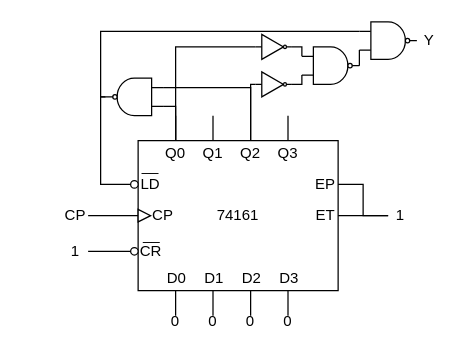
This is 4.2.drawio from KAI-SHUNG/shudian-shiyan-b-2025-2026, a draw.io file, before an edit. Source tidied: cells renumbered, new cells numbered last; positions are measured from the earlier drawing's top-left corner, leaving out a move shared by most shapes. Both pictures are drawn from the tidied source at 125%, with x=0, y=0 at pixel (62, 21).
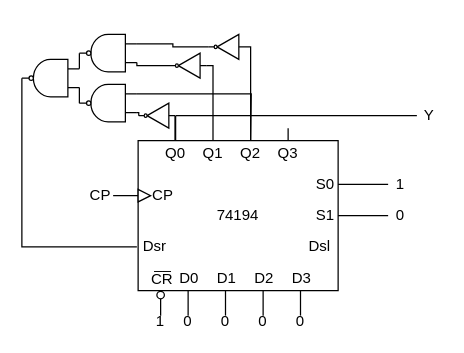
Above is the later version.

Unchanged cells that the change refers to:
```xml
<mxCell id="4" value="Q0" style="text;html=1;whiteSpace=wrap;strokeColor=none;fillColor=none;align=center;verticalAlign=middle;rounded=0;" parent="1" vertex="1">
  <mxGeometry x="80" y="95" width="20" height="20" as="geometry" />
</mxCell>
```

The edit, as a diff of the source:
```diff
@@
-    <mxCell id="2" value="74161" style="rounded=0;whiteSpace=wrap;html=1;" parent="1" vertex="1">
+    <mxCell id="2" value="74194" style="rounded=0;whiteSpace=wrap;html=1;" parent="1" vertex="1">
       <mxGeometry x="60" y="95" width="160" height="120" as="geometry" />
     </mxCell>
@@
     <mxCell id="8" value="D0" style="text;html=1;whiteSpace=wrap;strokeColor=none;fillColor=none;align=center;verticalAlign=middle;rounded=0;" parent="1" vertex="1">
-      <mxGeometry x="81" y="195" width="20" height="20" as="geometry" />
+      <mxGeometry x="91" y="195" width="20" height="20" as="geometry" />
     </mxCell>
     <mxCell id="9" value="D1" style="text;html=1;whiteSpace=wrap;strokeColor=none;fillColor=none;align=center;verticalAlign=middle;rounded=0;" parent="1" vertex="1">
-      <mxGeometry x="111" y="195" width="20" height="20" as="geometry" />
+      <mxGeometry x="121" y="195" width="20" height="20" as="geometry" />
     </mxCell>
     <mxCell id="10" value="D2" style="text;html=1;whiteSpace=wrap;strokeColor=none;fillColor=none;align=center;verticalAlign=middle;rounded=0;" parent="1" vertex="1">
-      <mxGeometry x="141" y="195" width="20" height="20" as="geometry" />
+      <mxGeometry x="151" y="195" width="20" height="20" as="geometry" />
     </mxCell>
     <mxCell id="11" value="D3" style="text;html=1;whiteSpace=wrap;strokeColor=none;fillColor=none;align=center;verticalAlign=middle;rounded=0;" parent="1" vertex="1">
-      <mxGeometry x="171" y="195" width="20" height="20" as="geometry" />
+      <mxGeometry x="181" y="195" width="20" height="20" as="geometry" />
     </mxCell>
-    <mxCell id="12" value="LD" style="text;html=1;whiteSpace=wrap;strokeColor=none;fillColor=none;align=center;verticalAlign=middle;rounded=0;" parent="1" vertex="1">
-      <mxGeometry x="60" y="125" width="20" height="10" as="geometry" />
+    <mxCell id="12" value="Dsr" style="text;html=1;whiteSpace=wrap;strokeColor=none;fillColor=none;align=center;verticalAlign=middle;rounded=0;" parent="1" vertex="1">
+      <mxGeometry x="59" y="175" width="29" height="10" as="geometry" />
     </mxCell>
     <mxCell id="13" value="__" style="text;html=1;whiteSpace=wrap;strokeColor=none;fillColor=none;align=center;verticalAlign=middle;rounded=0;" parent="1" vertex="1">
-      <mxGeometry x="60.5" y="166" width="20" height="10" as="geometry" />
+      <mxGeometry x="69.5" y="188.5" width="20" height="10" as="geometry" />
     </mxCell>
@@
     <mxCell id="15" style="triangle;whiteSpace=wrap;html=1;" parent="1" vertex="1">
-      <mxGeometry x="60" y="150" width="10" height="10" as="geometry" />
+      <mxGeometry x="60" y="134" width="10" height="10" as="geometry" />
     </mxCell>
     <mxCell id="16" value="CP" style="text;html=1;whiteSpace=wrap;strokeColor=none;fillColor=none;align=center;verticalAlign=middle;rounded=0;" parent="1" vertex="1">
-      <mxGeometry x="70" y="150" width="20" height="10" as="geometry" />
+      <mxGeometry x="70" y="134" width="20" height="10" as="geometry" />
     </mxCell>
     <mxCell id="17" value="CR" style="text;html=1;whiteSpace=wrap;strokeColor=none;fillColor=none;align=center;verticalAlign=middle;rounded=0;" parent="1" vertex="1">
-      <mxGeometry x="60" y="176" width="21" height="15" as="geometry" />
+      <mxGeometry x="69" y="198.5" width="21" height="15" as="geometry" />
     </mxCell>
-    <mxCell id="18" value="__" style="text;html=1;whiteSpace=wrap;strokeColor=none;fillColor=none;align=center;verticalAlign=middle;rounded=0;" parent="1" vertex="1">
-      <mxGeometry x="60" y="111" width="20" height="10" as="geometry" />
-    </mxCell>
     <mxCell id="19" style="ellipse;whiteSpace=wrap;html=1;" parent="1" vertex="1">
-      <mxGeometry x="54" y="180.5" width="6" height="6" as="geometry" />
+      <mxGeometry x="75" y="215.5" width="6" height="6" as="geometry" />
     </mxCell>
-    <mxCell id="20" style="ellipse;whiteSpace=wrap;html=1;" parent="1" vertex="1">
-      <mxGeometry x="54" y="127" width="6" height="6" as="geometry" />
-    </mxCell>
-    <mxCell id="21" value="EP" style="text;html=1;whiteSpace=wrap;strokeColor=none;fillColor=none;align=center;verticalAlign=middle;rounded=0;" parent="1" vertex="1">
+    <mxCell id="21" value="S0" style="text;html=1;whiteSpace=wrap;strokeColor=none;fillColor=none;align=center;verticalAlign=middle;rounded=0;" parent="1" vertex="1">
       <mxGeometry x="200" y="125" width="20" height="10" as="geometry" />
     </mxCell>
-    <mxCell id="22" value="ET" style="text;html=1;whiteSpace=wrap;strokeColor=none;fillColor=none;align=center;verticalAlign=middle;rounded=0;" parent="1" vertex="1">
+    <mxCell id="22" value="S1" style="text;html=1;whiteSpace=wrap;strokeColor=none;fillColor=none;align=center;verticalAlign=middle;rounded=0;" parent="1" vertex="1">
       <mxGeometry x="200" y="150" width="20" height="10" as="geometry" />
     </mxCell>
-    <mxCell id="23" style="edgeStyle=orthogonalEdgeStyle;rounded=0;jettySize=auto;html=1;exitX=0.5;exitY=0;exitDx=0;exitDy=0;endArrow=none;endFill=0;entryX=0;entryY=0.25;entryDx=0;entryDy=0;entryPerimeter=0;" parent="1" edge="1" source="4" target="33">
+    <mxCell id="23" style="edgeStyle=orthogonalEdgeStyle;rounded=0;jettySize=auto;html=1;exitX=0.5;exitY=0;exitDx=0;exitDy=0;endArrow=none;endFill=0;entryX=0;entryY=0.5;entryDx=0;entryDy=0;entryPerimeter=0;" parent="1" edge="1" source="4" target="59">
       <mxGeometry relative="1" as="geometry">
         <Array as="points">
-          <mxPoint x="90" y="68" />
+          <mxPoint x="90" y="75" />
         </Array>
       </mxGeometry>
     </mxCell>
-    <mxCell id="24" style="edgeStyle=orthogonalEdgeStyle;rounded=0;orthogonalLoop=1;jettySize=auto;html=1;exitX=0.5;exitY=0;exitDx=0;exitDy=0;endArrow=none;endFill=0;" parent="1" edge="1">
+    <mxCell id="24" style="edgeStyle=orthogonalEdgeStyle;rounded=0;jettySize=auto;html=1;exitX=0.5;exitY=0;exitDx=0;exitDy=0;endArrow=none;endFill=0;entryX=0;entryY=0.5;entryDx=0;entryDy=0;entryPerimeter=0;" parent="1" edge="1" target="60">
       <mxGeometry relative="1" as="geometry">
         <mxPoint x="119.9" y="95" as="sourcePoint" />
-        <mxPoint x="119.9" y="75" as="targetPoint" />
         <Array as="points">
-          <mxPoint x="119.9" y="85" />
-          <mxPoint x="119.9" y="85" />
+          <mxPoint x="120" y="35" />
         </Array>
       </mxGeometry>
     </mxCell>
     <mxCell id="25" style="edgeStyle=orthogonalEdgeStyle;rounded=0;orthogonalLoop=1;jettySize=auto;html=1;exitX=0.5;exitY=0;exitDx=0;exitDy=0;endArrow=none;endFill=0;" parent="1" edge="1">
       <mxGeometry relative="1" as="geometry">
         <mxPoint x="179.9" y="95" as="sourcePoint" />
-        <mxPoint x="179.9" y="75" as="targetPoint" />
+        <mxPoint x="180" y="85" as="targetPoint" />
         <Array as="points">
           <mxPoint x="179.9" y="85" />
           <mxPoint x="179.9" y="85" />
         </Array>
       </mxGeometry>
     </mxCell>
-    <mxCell id="26" style="edgeStyle=orthogonalEdgeStyle;rounded=0;jettySize=auto;html=1;exitX=0.5;exitY=0;exitDx=0;exitDy=0;endArrow=none;endFill=0;entryX=0;entryY=0.75;entryDx=0;entryDy=0;entryPerimeter=0;" parent="1" edge="1" target="33">
-      <mxGeometry relative="1" as="geometry">
-        <mxPoint x="150" y="95" as="sourcePoint" />
-        <Array as="points">
-          <mxPoint x="150" y="52" />
-        </Array>
-      </mxGeometry>
-    </mxCell>
     <mxCell id="27" style="edgeStyle=orthogonalEdgeStyle;rounded=0;orthogonalLoop=1;jettySize=auto;html=1;exitX=0.5;exitY=0;exitDx=0;exitDy=0;endArrow=none;endFill=0;" parent="1" edge="1">
       <mxGeometry relative="1" as="geometry">
-        <mxPoint x="90" y="235" as="sourcePoint" />
-        <mxPoint x="90" y="215" as="targetPoint" />
+        <mxPoint x="100" y="235" as="sourcePoint" />
+        <mxPoint x="100" y="215" as="targetPoint" />
         <Array as="points">
-          <mxPoint x="90" y="225" />
-          <mxPoint x="90" y="225" />
+          <mxPoint x="100" y="225" />
+          <mxPoint x="100" y="225" />
         </Array>
       </mxGeometry>
     </mxCell>
     <mxCell id="28" style="edgeStyle=orthogonalEdgeStyle;rounded=0;orthogonalLoop=1;jettySize=auto;html=1;exitX=0.5;exitY=0;exitDx=0;exitDy=0;endArrow=none;endFill=0;" parent="1" edge="1">
       <mxGeometry relative="1" as="geometry">
-        <mxPoint x="119.9" y="235" as="sourcePoint" />
-        <mxPoint x="119.9" y="215" as="targetPoint" />
+        <mxPoint x="129.9" y="235" as="sourcePoint" />
+        <mxPoint x="129.9" y="215" as="targetPoint" />
         <Array as="points">
-          <mxPoint x="119.9" y="225" />
-          <mxPoint x="119.9" y="225" />
+          <mxPoint x="129.9" y="225" />
+          <mxPoint x="129.9" y="225" />
         </Array>
       </mxGeometry>
     </mxCell>
     <mxCell id="29" style="edgeStyle=orthogonalEdgeStyle;rounded=0;orthogonalLoop=1;jettySize=auto;html=1;exitX=0.5;exitY=0;exitDx=0;exitDy=0;endArrow=none;endFill=0;" parent="1" edge="1">
       <mxGeometry relative="1" as="geometry">
-        <mxPoint x="179.9" y="235" as="sourcePoint" />
-        <mxPoint x="179.9" y="215" as="targetPoint" />
+        <mxPoint x="189.9" y="235" as="sourcePoint" />
+        <mxPoint x="189.9" y="215" as="targetPoint" />
         <Array as="points">
-          <mxPoint x="179.9" y="225" />
-          <mxPoint x="179.9" y="225" />
+          <mxPoint x="189.9" y="225" />
+          <mxPoint x="189.9" y="225" />
         </Array>
       </mxGeometry>
     </mxCell>
     <mxCell id="30" style="edgeStyle=orthogonalEdgeStyle;rounded=0;orthogonalLoop=1;jettySize=auto;html=1;exitX=0.5;exitY=0;exitDx=0;exitDy=0;endArrow=none;endFill=0;" parent="1" edge="1">
       <mxGeometry relative="1" as="geometry">
-        <mxPoint x="150" y="235" as="sourcePoint" />
-        <mxPoint x="150" y="215" as="targetPoint" />
+        <mxPoint x="160" y="235" as="sourcePoint" />
+        <mxPoint x="160" y="215" as="targetPoint" />
         <Array as="points">
-          <mxPoint x="150" y="225" />
-          <mxPoint x="150" y="225" />
+          <mxPoint x="160" y="225" />
+          <mxPoint x="160" y="225" />
         </Array>
       </mxGeometry>
     </mxCell>
-    <mxCell id="31" style="edgeStyle=orthogonalEdgeStyle;rounded=0;jettySize=auto;html=1;exitX=1;exitY=0.5;exitDx=0;exitDy=0;exitPerimeter=0;entryX=0;entryY=0.5;entryDx=0;entryDy=0;endArrow=none;endFill=0;" parent="1" edge="1" source="33" target="20">
-      <mxGeometry relative="1" as="geometry">
-        <Array as="points">
-          <mxPoint x="30" y="60" />
-          <mxPoint x="30" y="130" />
-        </Array>
-      </mxGeometry>
-    </mxCell>
-    <mxCell id="32" style="edgeStyle=orthogonalEdgeStyle;rounded=0;jettySize=auto;html=1;exitX=1;exitY=0.5;exitDx=0;exitDy=0;exitPerimeter=0;endArrow=none;endFill=0;entryX=0;entryY=0.25;entryDx=0;entryDy=0;entryPerimeter=0;" parent="1" edge="1" source="33" target="51">
-      <mxGeometry relative="1" as="geometry">
-        <Array as="points">
-          <mxPoint x="30" y="60" />
-          <mxPoint x="30" y="8" />
-        </Array>
-      </mxGeometry>
-    </mxCell>
-    <mxCell id="33" style="verticalLabelPosition=bottom;shadow=0;dashed=0;align=center;html=1;verticalAlign=top;shape=mxgraph.electrical.logic_gates.logic_gate;operation=and;negating=1;negSize=0.15;rotation=-180;" parent="1" vertex="1">
-      <mxGeometry x="34" y="45" width="46" height="30" as="geometry" />
-    </mxCell>
     <mxCell id="34" value="CP" style="text;html=1;whiteSpace=wrap;strokeColor=none;fillColor=none;align=center;verticalAlign=middle;rounded=0;" parent="1" vertex="1">
-      <mxGeometry y="150" width="20" height="10" as="geometry" />
+      <mxGeometry x="20" y="134" width="20" height="10" as="geometry" />
     </mxCell>
     <mxCell id="35" value="1" style="text;html=1;whiteSpace=wrap;strokeColor=none;fillColor=none;align=center;verticalAlign=middle;rounded=0;" parent="1" vertex="1">
-      <mxGeometry y="178.5" width="20" height="10" as="geometry" />
+      <mxGeometry x="68" y="235" width="20" height="10" as="geometry" />
     </mxCell>
-    <mxCell id="36" style="edgeStyle=orthogonalEdgeStyle;rounded=0;jettySize=auto;html=1;exitX=0;exitY=0.5;exitDx=0;exitDy=0;endArrow=none;endFill=0;entryX=1;entryY=0.5;entryDx=0;entryDy=0;" parent="1" edge="1" source="19" target="35">
+    <mxCell id="36" style="edgeStyle=orthogonalEdgeStyle;rounded=0;jettySize=auto;html=1;endArrow=none;endFill=0;entryX=0.5;entryY=0;entryDx=0;entryDy=0;exitX=0.5;exitY=1;exitDx=0;exitDy=0;" parent="1" edge="1" source="19" target="35">
       <mxGeometry relative="1" as="geometry" />
     </mxCell>
     <mxCell id="37" value="0" style="text;html=1;whiteSpace=wrap;strokeColor=none;fillColor=none;align=center;verticalAlign=middle;rounded=0;" parent="1" vertex="1">
-      <mxGeometry x="80" y="235" width="20" height="10" as="geometry" />
+      <mxGeometry x="90" y="235" width="20" height="10" as="geometry" />
     </mxCell>
     <mxCell id="38" value="0" style="text;html=1;whiteSpace=wrap;strokeColor=none;fillColor=none;align=center;verticalAlign=middle;rounded=0;" parent="1" vertex="1">
-      <mxGeometry x="110" y="235" width="20" height="10" as="geometry" />
+      <mxGeometry x="120" y="235" width="20" height="10" as="geometry" />
     </mxCell>
     <mxCell id="39" value="0" style="text;html=1;whiteSpace=wrap;strokeColor=none;fillColor=none;align=center;verticalAlign=middle;rounded=0;" parent="1" vertex="1">
-      <mxGeometry x="170" y="235" width="20" height="10" as="geometry" />
+      <mxGeometry x="180" y="235" width="20" height="10" as="geometry" />
     </mxCell>
     <mxCell id="40" value="0" style="text;html=1;whiteSpace=wrap;strokeColor=none;fillColor=none;align=center;verticalAlign=middle;rounded=0;" parent="1" vertex="1">
-      <mxGeometry x="140" y="235" width="20" height="10" as="geometry" />
+      <mxGeometry x="150" y="235" width="20" height="10" as="geometry" />
     </mxCell>
-    <mxCell id="41" style="edgeStyle=orthogonalEdgeStyle;rounded=0;jettySize=auto;html=1;endArrow=none;endFill=0;entryX=1;entryY=0.5;entryDx=0;entryDy=0;exitX=0;exitY=0.5;exitDx=0;exitDy=0;" parent="1" edge="1" source="42" target="21">
+    <mxCell id="41" style="edgeStyle=orthogonalEdgeStyle;rounded=0;jettySize=auto;html=1;endArrow=none;endFill=0;entryX=1;entryY=0.5;entryDx=0;entryDy=0;exitX=0;exitY=0.5;exitDx=0;exitDy=0;" parent="1" edge="1" source="56" target="21">
       <mxGeometry relative="1" as="geometry" />
     </mxCell>
-    <mxCell id="42" value="1" style="text;html=1;whiteSpace=wrap;strokeColor=none;fillColor=none;align=center;verticalAlign=middle;rounded=0;" parent="1" vertex="1">
+    <mxCell id="42" value="0" style="text;html=1;whiteSpace=wrap;strokeColor=none;fillColor=none;align=center;verticalAlign=middle;rounded=0;" parent="1" vertex="1">
       <mxGeometry x="260" y="150" width="20" height="10" as="geometry" />
     </mxCell>
@@
-    <mxCell id="44" style="edgeStyle=orthogonalEdgeStyle;rounded=0;jettySize=auto;html=1;exitX=0;exitY=0.5;exitDx=0;exitDy=0;exitPerimeter=0;endArrow=none;endFill=0;" parent="1" edge="1" source="45">
-      <mxGeometry relative="1" as="geometry">
-        <mxPoint x="90" y="95" as="targetPoint" />
-        <Array as="points">
-          <mxPoint x="90" y="20" />
-        </Array>
-      </mxGeometry>
-    </mxCell>
-    <mxCell id="45" style="verticalLabelPosition=bottom;shadow=0;dashed=0;align=center;html=1;verticalAlign=top;shape=mxgraph.electrical.logic_gates.inverter_2;" parent="1" vertex="1">
-      <mxGeometry x="154" y="10" width="29" height="20" as="geometry" />
-    </mxCell>
-    <mxCell id="46" style="verticalLabelPosition=bottom;shadow=0;dashed=0;align=center;html=1;verticalAlign=top;shape=mxgraph.electrical.logic_gates.inverter_2;" parent="1" vertex="1">
-      <mxGeometry x="154" y="40" width="29" height="20" as="geometry" />
-    </mxCell>
-    <mxCell id="47" style="edgeStyle=orthogonalEdgeStyle;rounded=0;jettySize=auto;html=1;exitX=0;exitY=0.5;exitDx=0;exitDy=0;exitPerimeter=0;endArrow=none;endFill=0;" parent="1" edge="1" source="46">
+    <mxCell id="47" style="edgeStyle=orthogonalEdgeStyle;rounded=0;jettySize=auto;html=1;exitX=0;exitY=0.5;exitDx=0;exitDy=0;exitPerimeter=0;endArrow=none;endFill=0;" parent="1" edge="1" source="58">
       <mxGeometry relative="1" as="geometry">
         <mxPoint x="150" y="95" as="targetPoint" />
         <Array as="points">
-          <mxPoint x="150" y="50" />
+          <mxPoint x="150" y="20" />
         </Array>
       </mxGeometry>
     </mxCell>
-    <mxCell id="48" style="verticalLabelPosition=bottom;shadow=0;dashed=0;align=center;html=1;verticalAlign=top;shape=mxgraph.electrical.logic_gates.logic_gate;operation=and;negating=1;negSize=0.15;rotation=0;" parent="1" vertex="1">
-      <mxGeometry x="191" y="20" width="46" height="30" as="geometry" />
-    </mxCell>
-    <mxCell id="49" style="edgeStyle=orthogonalEdgeStyle;rounded=0;jettySize=auto;html=1;exitX=1;exitY=0.5;exitDx=0;exitDy=0;exitPerimeter=0;entryX=0;entryY=0.25;entryDx=0;entryDy=0;entryPerimeter=0;endArrow=none;endFill=0;" parent="1" edge="1" source="45" target="48">
-      <mxGeometry relative="1" as="geometry" />
-    </mxCell>
-    <mxCell id="50" style="edgeStyle=orthogonalEdgeStyle;rounded=0;jettySize=auto;html=1;exitX=1;exitY=0.5;exitDx=0;exitDy=0;exitPerimeter=0;entryX=0;entryY=0.75;entryDx=0;entryDy=0;entryPerimeter=0;endArrow=none;endFill=0;" parent="1" edge="1" source="46" target="48">
-      <mxGeometry relative="1" as="geometry" />
-    </mxCell>
+    <mxCell id="54" style="edgeStyle=orthogonalEdgeStyle;rounded=0;jettySize=auto;html=1;exitX=1;exitY=0.5;exitDx=0;exitDy=0;exitPerimeter=0;entryX=0;entryY=0.5;entryDx=0;entryDy=0;endArrow=none;endFill=0;" parent="1" edge="1" source="51" target="12">
+      <mxGeometry relative="1" as="geometry">
+        <Array as="points">
+          <mxPoint x="-33" y="180" />
+        </Array>
+      </mxGeometry>
+    </mxCell>
-    <mxCell id="51" style="verticalLabelPosition=bottom;shadow=0;dashed=0;align=center;html=1;verticalAlign=top;shape=mxgraph.electrical.logic_gates.logic_gate;operation=and;negating=1;negSize=0.15;rotation=0;" parent="1" vertex="1">
-      <mxGeometry x="237" width="46" height="30" as="geometry" />
+    <mxCell id="51" style="verticalLabelPosition=bottom;shadow=0;dashed=0;align=center;html=1;verticalAlign=top;shape=mxgraph.electrical.logic_gates.logic_gate;operation=and;negating=1;negSize=0.15;rotation=-180;" parent="1" vertex="1">
+      <mxGeometry x="-33" y="30" width="46" height="30" as="geometry" />
     </mxCell>
-    <mxCell id="52" style="rounded=0;jettySize=auto;html=1;exitX=1;exitY=0.5;exitDx=0;exitDy=0;exitPerimeter=0;entryX=0;entryY=0.75;entryDx=0;entryDy=0;entryPerimeter=0;endArrow=none;endFill=0;" parent="1" edge="1" source="48" target="51">
-      <mxGeometry relative="1" as="geometry" />
-    </mxCell>
+    <mxCell id="55" style="edgeStyle=orthogonalEdgeStyle;rounded=0;jettySize=auto;html=1;exitX=0;exitY=0.5;exitDx=0;exitDy=0;endArrow=none;endFill=0;" parent="1" edge="1" source="53">
+      <mxGeometry relative="1" as="geometry">
+        <mxPoint x="90" y="75" as="targetPoint" />
+        <Array as="points">
+          <mxPoint x="200" y="75" />
+          <mxPoint x="200" y="75" />
+        </Array>
+      </mxGeometry>
+    </mxCell>
     <mxCell id="53" value="Y" style="text;html=1;whiteSpace=wrap;strokeColor=none;fillColor=none;align=center;verticalAlign=middle;rounded=0;" parent="1" vertex="1">
-      <mxGeometry x="283" y="10" width="20" height="10" as="geometry" />
+      <mxGeometry x="283" y="70" width="20" height="10" as="geometry" />
     </mxCell>
+    <mxCell id="56" value="1" style="text;html=1;whiteSpace=wrap;strokeColor=none;fillColor=none;align=center;verticalAlign=middle;rounded=0;" parent="1" vertex="1">
+      <mxGeometry x="260" y="125" width="20" height="10" as="geometry" />
+    </mxCell>
+    <mxCell id="57" value="Dsl" style="text;html=1;whiteSpace=wrap;strokeColor=none;fillColor=none;align=center;verticalAlign=middle;rounded=0;" parent="1" vertex="1">
+      <mxGeometry x="191" y="175" width="29" height="10" as="geometry" />
+    </mxCell>
+    <mxCell id="58" style="verticalLabelPosition=bottom;shadow=0;dashed=0;align=center;html=1;verticalAlign=top;shape=mxgraph.electrical.logic_gates.inverter_2;rotation=-180;" parent="1" vertex="1">
+      <mxGeometry x="116.5" y="10" width="29" height="20" as="geometry" />
+    </mxCell>
+    <mxCell id="59" style="verticalLabelPosition=bottom;shadow=0;dashed=0;align=center;html=1;verticalAlign=top;shape=mxgraph.electrical.logic_gates.inverter_2;rotation=-180;" parent="1" vertex="1">
+      <mxGeometry x="60.5" y="65" width="29" height="20" as="geometry" />
+    </mxCell>
+    <mxCell id="60" style="verticalLabelPosition=bottom;shadow=0;dashed=0;align=center;html=1;verticalAlign=top;shape=mxgraph.electrical.logic_gates.inverter_2;rotation=-180;" parent="1" vertex="1">
+      <mxGeometry x="85.5" y="25" width="29" height="20" as="geometry" />
+    </mxCell>
+    <mxCell id="61" style="edgeStyle=orthogonalEdgeStyle;rounded=0;jettySize=auto;html=1;exitX=1;exitY=0.5;exitDx=0;exitDy=0;exitPerimeter=0;endArrow=none;endFill=0;entryX=0;entryY=0.75;entryDx=0;entryDy=0;entryPerimeter=0;" parent="1" edge="1" source="62" target="51">
+      <mxGeometry relative="1" as="geometry" />
+    </mxCell>
+    <mxCell id="62" style="verticalLabelPosition=bottom;shadow=0;dashed=0;align=center;html=1;verticalAlign=top;shape=mxgraph.electrical.logic_gates.logic_gate;operation=and;negating=1;negSize=0.15;rotation=-180;" parent="1" vertex="1">
+      <mxGeometry x="13" y="10" width="46" height="30" as="geometry" />
+    </mxCell>
+    <mxCell id="63" style="edgeStyle=orthogonalEdgeStyle;rounded=0;jettySize=auto;html=1;exitX=0;exitY=0.75;exitDx=0;exitDy=0;exitPerimeter=0;endArrow=none;endFill=0;" parent="1" edge="1" source="64">
+      <mxGeometry relative="1" as="geometry">
+        <mxPoint x="150" y="95" as="targetPoint" />
+      </mxGeometry>
+    </mxCell>
+    <mxCell id="64" style="verticalLabelPosition=bottom;shadow=0;dashed=0;align=center;html=1;verticalAlign=top;shape=mxgraph.electrical.logic_gates.logic_gate;operation=and;negating=1;negSize=0.15;rotation=-180;" parent="1" vertex="1">
+      <mxGeometry x="13" y="50" width="46" height="30" as="geometry" />
+    </mxCell>
+    <mxCell id="65" style="edgeStyle=orthogonalEdgeStyle;rounded=0;jettySize=auto;html=1;exitX=1;exitY=0.5;exitDx=0;exitDy=0;exitPerimeter=0;entryX=0;entryY=0.25;entryDx=0;entryDy=0;entryPerimeter=0;endArrow=none;endFill=0;" parent="1" edge="1" source="60" target="62">
+      <mxGeometry relative="1" as="geometry" />
+    </mxCell>
+    <mxCell id="66" style="edgeStyle=orthogonalEdgeStyle;rounded=0;jettySize=auto;html=1;exitX=0;exitY=0.75;exitDx=0;exitDy=0;exitPerimeter=0;entryX=1;entryY=0.5;entryDx=0;entryDy=0;entryPerimeter=0;endArrow=none;endFill=0;" parent="1" edge="1" source="62" target="58">
+      <mxGeometry relative="1" as="geometry" />
+    </mxCell>
+    <mxCell id="67" style="edgeStyle=orthogonalEdgeStyle;rounded=0;jettySize=auto;html=1;exitX=0;exitY=0.25;exitDx=0;exitDy=0;exitPerimeter=0;entryX=1;entryY=0.5;entryDx=0;entryDy=0;entryPerimeter=0;endArrow=none;endFill=0;" parent="1" edge="1" source="64" target="59">
+      <mxGeometry relative="1" as="geometry" />
+    </mxCell>
+    <mxCell id="68" style="edgeStyle=orthogonalEdgeStyle;rounded=0;jettySize=auto;html=1;exitX=1;exitY=0.5;exitDx=0;exitDy=0;exitPerimeter=0;entryX=0;entryY=0.25;entryDx=0;entryDy=0;entryPerimeter=0;endArrow=none;endFill=0;" parent="1" edge="1" source="64" target="51">
+      <mxGeometry relative="1" as="geometry" />
+    </mxCell>
```
